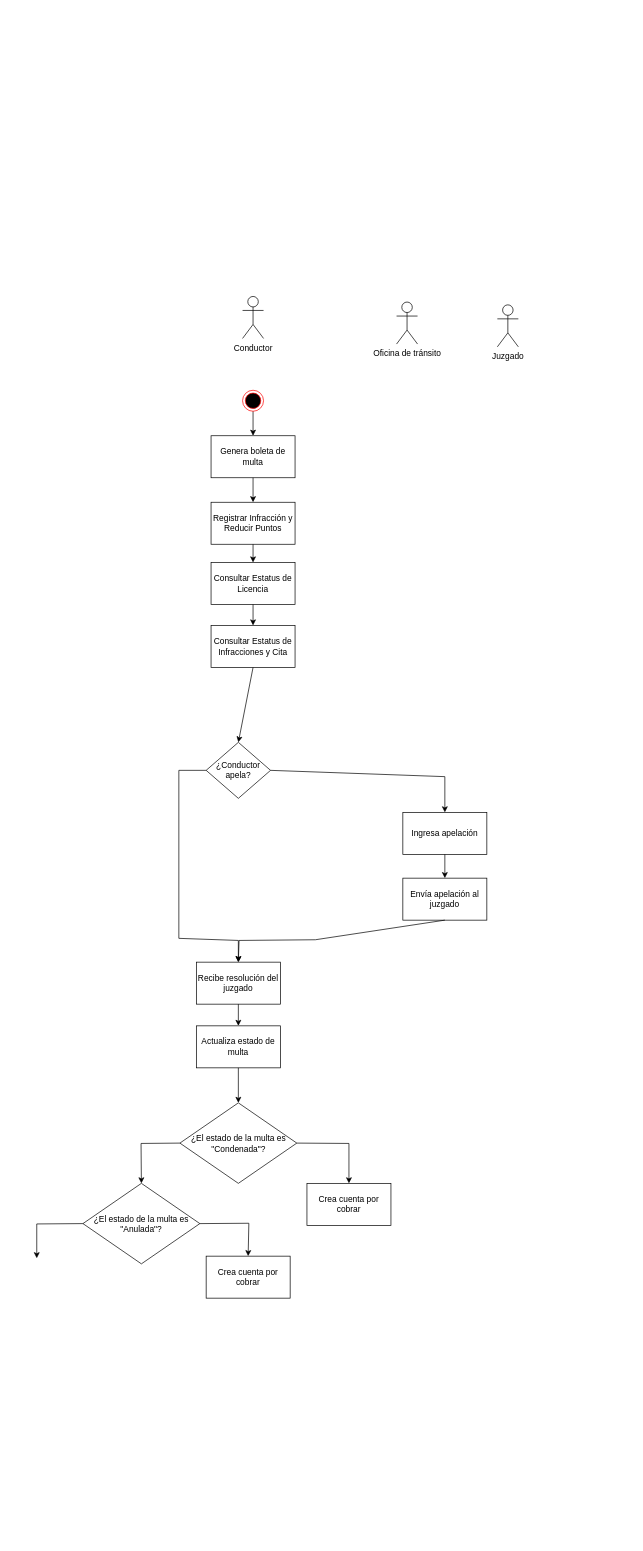
Earlier version of the draw.io diagram Examen1/Examen1.drawio (Edu-Ram/Requerimientos). Source tidied: cells renumbered, new cells numbered last; positions are measured from the earlier drawing's top-left corner, leaving out a move shared by most shapes. Both pictures are drawn from the tidied source at 70%, with x=0, y=0 at pixel (36, 296).
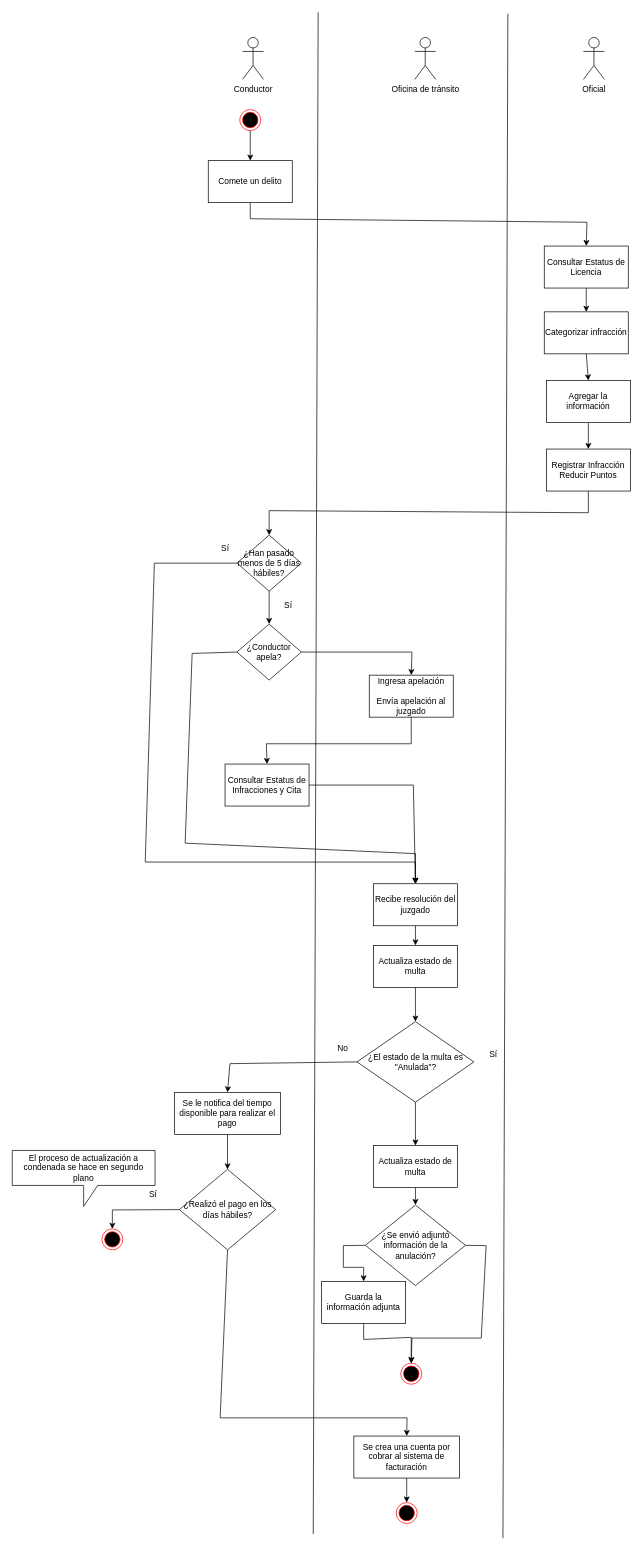
After the change.

The edit, as a diff of the source:
```diff
@@
-    <mxCell id="2" value="Genera boleta de multa" style="rounded=0;whiteSpace=wrap;html=1;" parent="1" vertex="1">
-      <mxGeometry x="249" y="199" width="120" height="60" as="geometry" />
-    </mxCell>
-    <mxCell id="3" style="endArrow=classic;html=1;rounded=0;entryX=0.5;entryY=0;entryDx=0;entryDy=0;exitX=0.5;exitY=1;exitDx=0;exitDy=0;" parent="1" edge="1" source="23" target="2">
+    <mxCell id="3" style="endArrow=classic;html=1;rounded=0;exitX=0.5;exitY=1;exitDx=0;exitDy=0;entryX=0.5;entryY=0;entryDx=0;entryDy=0;" parent="1" edge="1" source="23" target="38">
       <mxGeometry relative="1" as="geometry" />
     </mxCell>
     <mxCell id="4" value="¿Conductor apela?" style="rhombus;whiteSpace=wrap;html=1;" parent="1" vertex="1">
-      <mxGeometry x="242" y="637" width="92" height="80" as="geometry" />
+      <mxGeometry x="286" y="468" width="92" height="80" as="geometry" />
     </mxCell>
-    <mxCell id="5" value="Ingresa apelación" style="rounded=0;whiteSpace=wrap;html=1;" parent="1" vertex="1">
-      <mxGeometry x="523" y="737" width="120" height="60" as="geometry" />
-    </mxCell>
-    <mxCell id="6" value="Envía apelación al juzgado" style="rounded=0;whiteSpace=wrap;html=1;" parent="1" vertex="1">
-      <mxGeometry x="523" y="831" width="120" height="60" as="geometry" />
+    <mxCell id="6" value="&lt;div&gt;Ingresa apelación&lt;/div&gt;&lt;div&gt;&lt;br&gt;&lt;/div&gt;Envía apelación al juzgado" style="rounded=0;whiteSpace=wrap;html=1;" parent="1" vertex="1">
+      <mxGeometry x="475" y="541" width="120" height="60" as="geometry" />
     </mxCell>
-    <mxCell id="7" style="endArrow=classic;html=1;rounded=0;exitX=1;exitY=0.5;exitDx=0;exitDy=0;entryX=0.5;entryY=0;entryDx=0;entryDy=0;" parent="1" edge="1" source="4" target="5">
+    <mxCell id="7" style="endArrow=classic;html=1;rounded=0;exitX=1;exitY=0.5;exitDx=0;exitDy=0;entryX=0.5;entryY=0;entryDx=0;entryDy=0;" parent="1" edge="1" source="4" target="6">
       <mxGeometry relative="1" as="geometry">
         <Array as="points">
-          <mxPoint x="583" y="686" />
+          <mxPoint x="536" y="508" />
         </Array>
       </mxGeometry>
     </mxCell>
-    <mxCell id="8" style="endArrow=classic;html=1;rounded=0;exitX=0.5;exitY=1;exitDx=0;exitDy=0;entryX=0.5;entryY=0;entryDx=0;entryDy=0;" parent="1" edge="1" source="5" target="6">
-      <mxGeometry relative="1" as="geometry" />
-    </mxCell>
     <mxCell id="9" value="Recibe resolución del juzgado" style="rounded=0;whiteSpace=wrap;html=1;" parent="1" vertex="1">
-      <mxGeometry x="228" y="951" width="120" height="60" as="geometry" />
+      <mxGeometry x="481" y="839" width="120" height="60" as="geometry" />
     </mxCell>
     <mxCell id="10" value="Actualiza estado de multa" style="rounded=0;whiteSpace=wrap;html=1;" parent="1" vertex="1">
-      <mxGeometry x="228" y="1042" width="120" height="60" as="geometry" />
+      <mxGeometry x="481" y="927" width="120" height="60" as="geometry" />
     </mxCell>
-    <mxCell id="11" value="Crea cuenta por cobrar" style="rounded=0;whiteSpace=wrap;html=1;" parent="1" vertex="1">
-      <mxGeometry x="386" y="1267" width="120" height="60" as="geometry" />
-    </mxCell>
     <mxCell id="12" style="endArrow=classic;html=1;rounded=0;exitX=0;exitY=0.5;exitDx=0;exitDy=0;entryX=0.5;entryY=0;entryDx=0;entryDy=0;" parent="1" edge="1" source="4" target="9">
       <mxGeometry relative="1" as="geometry">
         <Array as="points">
-          <mxPoint x="203" y="677" />
-          <mxPoint x="203" y="917" />
-          <mxPoint x="288" y="920" />
+          <mxPoint x="222" y="510" />
+          <mxPoint x="212" y="781" />
+          <mxPoint x="541" y="796" />
         </Array>
       </mxGeometry>
     </mxCell>
-    <mxCell id="13" style="endArrow=classic;html=1;rounded=0;exitX=0.5;exitY=1;exitDx=0;exitDy=0;entryX=0.5;entryY=0;entryDx=0;entryDy=0;" parent="1" edge="1" source="6" target="9">
+    <mxCell id="13" style="endArrow=classic;html=1;rounded=0;exitX=0.5;exitY=1;exitDx=0;exitDy=0;entryX=0.5;entryY=0;entryDx=0;entryDy=0;" parent="1" edge="1" source="6" target="22">
       <mxGeometry relative="1" as="geometry">
         <Array as="points">
-          <mxPoint x="398" y="919" />
-          <mxPoint x="289" y="920" />
+          <mxPoint x="535" y="639" />
+          <mxPoint x="328" y="639" />
         </Array>
       </mxGeometry>
     </mxCell>
@@
-    <mxCell id="15" value="¿El estado de la multa es &quot;Condenada&quot;?" style="rhombus;whiteSpace=wrap;html=1;" parent="1" vertex="1">
-      <mxGeometry x="204.5" y="1152" width="167" height="115" as="geometry" />
-    </mxCell>
-    <mxCell id="16" style="endArrow=classic;html=1;rounded=0;exitX=0.5;exitY=1;exitDx=0;exitDy=0;entryX=0.5;entryY=0;entryDx=0;entryDy=0;" parent="1" edge="1" source="10" target="15">
+    <mxCell id="16" style="endArrow=classic;html=1;rounded=0;exitX=0.5;exitY=1;exitDx=0;exitDy=0;entryX=0.5;entryY=0;entryDx=0;entryDy=0;" parent="1" edge="1" source="10" target="29">
       <mxGeometry relative="1" as="geometry" />
     </mxCell>
-    <mxCell id="17" style="endArrow=classic;html=1;rounded=0;exitX=1;exitY=0.5;exitDx=0;exitDy=0;entryX=0.5;entryY=0;entryDx=0;entryDy=0;" parent="1" edge="1" source="15" target="11">
+    <mxCell id="17" style="endArrow=classic;html=1;rounded=0;exitX=0;exitY=0.5;exitDx=0;exitDy=0;entryX=0.5;entryY=0;entryDx=0;entryDy=0;" parent="1" edge="1" source="29" target="43">
       <mxGeometry relative="1" as="geometry">
         <Array as="points">
-          <mxPoint x="446" y="1210" />
+          <mxPoint x="276" y="1096" />
         </Array>
       </mxGeometry>
     </mxCell>
     <mxCell id="18" value="Conductor" style="shape=umlActor;verticalLabelPosition=bottom;verticalAlign=top;html=1;" parent="1" vertex="1">
-      <mxGeometry x="294" width="30" height="60" as="geometry" />
+      <mxGeometry x="294" y="-370" width="30" height="60" as="geometry" />
     </mxCell>
     <mxCell id="19" value="Oficina de tránsito" style="shape=umlActor;verticalLabelPosition=bottom;verticalAlign=top;html=1;" parent="1" vertex="1">
-      <mxGeometry x="514" y="8" width="30" height="60" as="geometry" />
+      <mxGeometry x="540" y="-370" width="30" height="60" as="geometry" />
     </mxCell>
-    <mxCell id="20" value="Registrar Infracción y Reducir Puntos" style="rounded=0;whiteSpace=wrap;html=1;" parent="1" vertex="1">
-      <mxGeometry x="249" y="294" width="120" height="60" as="geometry" />
-    </mxCell>
-    <mxCell id="21" value="Consultar Estatus de Licencia" style="rounded=0;whiteSpace=wrap;html=1;" parent="1" vertex="1">
-      <mxGeometry x="249" y="380" width="120" height="60" as="geometry" />
-    </mxCell>
-    <mxCell id="22" value="Consultar Estatus de Infracciones y Cita" style="rounded=0;whiteSpace=wrap;html=1;" parent="1" vertex="1">
-      <mxGeometry x="249" y="470" width="120" height="60" as="geometry" />
-    </mxCell>
     <mxCell id="23" style="ellipse;html=1;shape=endState;fillColor=#000000;strokeColor=#ff0000;" parent="1" vertex="1">
-      <mxGeometry x="294" y="134" width="30" height="30" as="geometry" />
+      <mxGeometry x="290" y="-267" width="30" height="30" as="geometry" />
     </mxCell>
-    <mxCell id="24" style="endArrow=classic;html=1;rounded=0;entryX=0.5;entryY=0;entryDx=0;entryDy=0;exitX=0.5;exitY=1;exitDx=0;exitDy=0;" parent="1" edge="1" source="2" target="20">
+    <mxCell id="24" style="endArrow=classic;html=1;rounded=0;entryX=0.5;entryY=0;entryDx=0;entryDy=0;exitX=0.5;exitY=1;exitDx=0;exitDy=0;" parent="1" edge="1" source="21" target="37">
       <mxGeometry relative="1" as="geometry" />
     </mxCell>
-    <mxCell id="25" style="endArrow=classic;html=1;rounded=0;entryX=0.5;entryY=0;entryDx=0;entryDy=0;exitX=0.5;exitY=1;exitDx=0;exitDy=0;" parent="1" edge="1" source="20" target="21">
+    <mxCell id="25" style="endArrow=classic;html=1;rounded=0;entryX=0.5;entryY=0;entryDx=0;entryDy=0;exitX=0.5;exitY=1;exitDx=0;exitDy=0;" parent="1" edge="1" source="40" target="36">
       <mxGeometry relative="1" as="geometry" />
     </mxCell>
-    <mxCell id="26" style="endArrow=classic;html=1;rounded=0;entryX=0.5;entryY=0;entryDx=0;entryDy=0;exitX=0.5;exitY=1;exitDx=0;exitDy=0;" parent="1" edge="1" source="21" target="22">
-      <mxGeometry relative="1" as="geometry" />
+    <mxCell id="26" style="endArrow=classic;html=1;rounded=0;entryX=0.5;entryY=0;entryDx=0;entryDy=0;exitX=0.5;exitY=1;exitDx=0;exitDy=0;" parent="1" edge="1" source="36" target="48">
+      <mxGeometry relative="1" as="geometry">
+        <Array as="points">
+          <mxPoint x="788" y="309" />
+          <mxPoint x="332" y="306" />
+        </Array>
+      </mxGeometry>
     </mxCell>
-    <mxCell id="27" style="endArrow=classic;html=1;rounded=0;entryX=0.5;entryY=0;entryDx=0;entryDy=0;exitX=0.5;exitY=1;exitDx=0;exitDy=0;" parent="1" edge="1" source="22" target="4">
-      <mxGeometry relative="1" as="geometry" />
-    </mxCell>
-    <mxCell id="28" style="endArrow=classic;html=1;rounded=0;exitX=0;exitY=0.5;exitDx=0;exitDy=0;entryX=0.5;entryY=0;entryDx=0;entryDy=0;" parent="1" edge="1" source="15" target="29">
-      <mxGeometry relative="1" as="geometry">
-        <Array as="points">
-          <mxPoint x="149" y="1210" />
-        </Array>
-      </mxGeometry>
+    <mxCell id="28" style="endArrow=classic;html=1;rounded=0;exitX=0.5;exitY=1;exitDx=0;exitDy=0;entryX=0.5;entryY=0;entryDx=0;entryDy=0;" parent="1" edge="1" source="29" target="54">
+      <mxGeometry relative="1" as="geometry" />
     </mxCell>
+    <mxCell id="33" value="Oficial" style="shape=umlActor;verticalLabelPosition=bottom;verticalAlign=top;html=1;" parent="1" vertex="1">
+      <mxGeometry x="781" y="-370" width="30" height="60" as="geometry" />
+    </mxCell>
+    <mxCell id="34" style="endArrow=none;html=1;rounded=0;" parent="1" edge="1">
+      <mxGeometry relative="1" as="geometry">
+        <mxPoint x="395" y="1768" as="sourcePoint" />
+        <mxPoint x="402" y="-406" as="targetPoint" />
+      </mxGeometry>
+    </mxCell>
+    <mxCell id="35" style="endArrow=none;html=1;rounded=0;" parent="1" edge="1">
+      <mxGeometry relative="1" as="geometry">
+        <mxPoint x="666" y="1774" as="sourcePoint" />
+        <mxPoint x="673" y="-404" as="targetPoint" />
+      </mxGeometry>
+    </mxCell>
+    <mxCell id="36" value="Registrar Infracción&lt;div&gt;&lt;span style=&quot;background-color: initial;&quot;&gt;Reducir Puntos&lt;/span&gt;&lt;/div&gt;" style="rounded=0;whiteSpace=wrap;html=1;align=center;" parent="1" vertex="1">
+      <mxGeometry x="728" y="218" width="120" height="60" as="geometry" />
+    </mxCell>
+    <mxCell id="21" value="Consultar Estatus de Licencia" style="rounded=0;whiteSpace=wrap;html=1;" parent="1" vertex="1">
+      <mxGeometry x="725" y="-72" width="120" height="60" as="geometry" />
+    </mxCell>
+    <mxCell id="37" value="Categorizar infracción" style="rounded=0;whiteSpace=wrap;html=1;" parent="1" vertex="1">
+      <mxGeometry x="725" y="22" width="120" height="60" as="geometry" />
+    </mxCell>
+    <mxCell id="38" value="Comete un delito" style="rounded=0;whiteSpace=wrap;html=1;" parent="1" vertex="1">
+      <mxGeometry x="245" y="-194" width="120" height="60" as="geometry" />
+    </mxCell>
+    <mxCell id="39" style="endArrow=classic;html=1;rounded=0;entryX=0.5;entryY=0;entryDx=0;entryDy=0;exitX=0.5;exitY=1;exitDx=0;exitDy=0;" parent="1" edge="1" source="38" target="21">
+      <mxGeometry relative="1" as="geometry">
+        <Array as="points">
+          <mxPoint x="305" y="-111" />
+          <mxPoint x="786" y="-106" />
+        </Array>
+      </mxGeometry>
+    </mxCell>
+    <mxCell id="40" value="Agregar la información" style="rounded=0;whiteSpace=wrap;html=1;" parent="1" vertex="1">
+      <mxGeometry x="728" y="120" width="120" height="60" as="geometry" />
+    </mxCell>
+    <mxCell id="41" style="endArrow=classic;html=1;rounded=0;exitX=0.5;exitY=1;exitDx=0;exitDy=0;entryX=0.5;entryY=0;entryDx=0;entryDy=0;" parent="1" edge="1" source="37" target="40">
+      <mxGeometry relative="1" as="geometry" />
+    </mxCell>
+    <mxCell id="42" value="Sí" style="text;html=1;align=center;verticalAlign=middle;strokeColor=none;fillColor=none;" parent="1" vertex="1">
+      <mxGeometry x="637" y="1070" width="29" height="26" as="geometry" />
+    </mxCell>
+    <mxCell id="43" value="Se le notifica del tiempo disponible para realizar el pago" style="rounded=0;whiteSpace=wrap;html=1;" parent="1" vertex="1">
+      <mxGeometry x="197" y="1137" width="151" height="60" as="geometry" />
+    </mxCell>
     <mxCell id="29" value="¿El estado de la multa es &quot;Anulada&quot;?" style="rhombus;whiteSpace=wrap;html=1;" parent="1" vertex="1">
-      <mxGeometry x="66" y="1267" width="167" height="115" as="geometry" />
+      <mxGeometry x="457.5" y="1036" width="167" height="115" as="geometry" />
     </mxCell>
-    <mxCell id="30" value="Crea cuenta por cobrar" style="rounded=0;whiteSpace=wrap;html=1;" parent="1" vertex="1">
-      <mxGeometry x="242" y="1371" width="120" height="60" as="geometry" />
-    </mxCell>
-    <mxCell id="31" style="endArrow=classic;html=1;rounded=0;exitX=1;exitY=0.5;exitDx=0;exitDy=0;entryX=0.5;entryY=0;entryDx=0;entryDy=0;" parent="1" edge="1" source="29" target="30">
-      <mxGeometry relative="1" as="geometry">
-        <Array as="points">
-          <mxPoint x="303" y="1324" />
-        </Array>
-      </mxGeometry>
-    </mxCell>
-    <mxCell id="32" style="endArrow=classic;html=1;rounded=0;exitX=0;exitY=0.5;exitDx=0;exitDy=0;" parent="1" edge="1" source="29">
-      <mxGeometry relative="1" as="geometry">
-        <mxPoint y="1374" as="targetPoint" />
-        <Array as="points">
-          <mxPoint y="1325" />
-        </Array>
-      </mxGeometry>
-    </mxCell>
-    <mxCell id="33" value="Juzgado" style="shape=umlActor;verticalLabelPosition=bottom;verticalAlign=top;html=1;" parent="1" vertex="1">
-      <mxGeometry x="658" y="12" width="30" height="60" as="geometry" />
-    </mxCell>
+    <mxCell id="44" value="No" style="text;html=1;align=center;verticalAlign=middle;strokeColor=none;fillColor=none;" parent="1" vertex="1">
+      <mxGeometry x="420" y="1062" width="33" height="26" as="geometry" />
+    </mxCell>
+    <mxCell id="45" value="¿Realizó el pago en los días hábiles?" style="rhombus;whiteSpace=wrap;html=1;" parent="1" vertex="1">
+      <mxGeometry x="203.8" y="1247" width="137.5" height="115" as="geometry" />
+    </mxCell>
+    <mxCell id="22" value="Consultar Estatus de Infracciones y Cita" style="rounded=0;whiteSpace=wrap;html=1;" parent="1" vertex="1">
+      <mxGeometry x="269" y="668" width="120" height="60" as="geometry" />
+    </mxCell>
+    <mxCell id="46" style="endArrow=classic;html=1;rounded=0;exitX=1;exitY=0.5;exitDx=0;exitDy=0;entryX=0.5;entryY=0;entryDx=0;entryDy=0;" parent="1" edge="1" source="22" target="9">
+      <mxGeometry relative="1" as="geometry">
+        <Array as="points">
+          <mxPoint x="538" y="698" />
+        </Array>
+      </mxGeometry>
+    </mxCell>
+    <mxCell id="47" style="endArrow=classic;html=1;rounded=0;exitX=0.5;exitY=1;exitDx=0;exitDy=0;entryX=0.5;entryY=0;entryDx=0;entryDy=0;" parent="1" edge="1" source="43" target="45">
+      <mxGeometry relative="1" as="geometry" />
+    </mxCell>
+    <mxCell id="48" value="¿Han pasado menos de 5 días hábiles?" style="rhombus;whiteSpace=wrap;html=1;" parent="1" vertex="1">
+      <mxGeometry x="286" y="341" width="92" height="80" as="geometry" />
+    </mxCell>
+    <mxCell id="49" style="endArrow=classic;html=1;rounded=0;exitX=0.5;exitY=1;exitDx=0;exitDy=0;entryX=0.5;entryY=0;entryDx=0;entryDy=0;" parent="1" edge="1" source="48" target="4">
+      <mxGeometry relative="1" as="geometry">
+        <Array as="points">
+          <mxPoint x="332" y="446" />
+        </Array>
+      </mxGeometry>
+    </mxCell>
+    <mxCell id="50" value="Sí" style="text;html=1;align=center;verticalAlign=middle;strokeColor=none;fillColor=none;" parent="1" vertex="1">
+      <mxGeometry x="344" y="428" width="29" height="26" as="geometry" />
+    </mxCell>
+    <mxCell id="51" style="endArrow=classic;html=1;rounded=0;exitX=0;exitY=0.5;exitDx=0;exitDy=0;entryX=0.5;entryY=0;entryDx=0;entryDy=0;" parent="1" edge="1" source="48" target="9">
+      <mxGeometry relative="1" as="geometry">
+        <Array as="points">
+          <mxPoint x="168" y="381" />
+          <mxPoint x="155" y="808" />
+          <mxPoint x="541" y="808" />
+        </Array>
+      </mxGeometry>
+    </mxCell>
+    <mxCell id="52" value="Sí" style="text;html=1;align=center;verticalAlign=middle;strokeColor=none;fillColor=none;" parent="1" vertex="1">
+      <mxGeometry x="254" y="347" width="29" height="26" as="geometry" />
+    </mxCell>
+    <mxCell id="53" style="ellipse;html=1;shape=endState;fillColor=#000000;strokeColor=#ff0000;" parent="1" vertex="1">
+      <mxGeometry x="520" y="1524" width="30" height="30" as="geometry" />
+    </mxCell>
+    <mxCell id="54" value="Actualiza estado de multa" style="rounded=0;whiteSpace=wrap;html=1;" parent="1" vertex="1">
+      <mxGeometry x="481" y="1213" width="120" height="60" as="geometry" />
+    </mxCell>
+    <mxCell id="55" value="¿Se envió adjuntó información de la anulación?" style="rhombus;whiteSpace=wrap;html=1;" parent="1" vertex="1">
+      <mxGeometry x="469.5" y="1298" width="143" height="115" as="geometry" />
+    </mxCell>
+    <mxCell id="56" style="endArrow=classic;html=1;rounded=0;exitX=0.5;exitY=1;exitDx=0;exitDy=0;entryX=0.5;entryY=0;entryDx=0;entryDy=0;" parent="1" edge="1" source="54" target="55">
+      <mxGeometry relative="1" as="geometry" />
+    </mxCell>
+    <mxCell id="57" style="endArrow=classic;html=1;rounded=0;exitX=0;exitY=0.5;exitDx=0;exitDy=0;entryX=0.5;entryY=0;entryDx=0;entryDy=0;" parent="1" edge="1" source="55" target="58">
+      <mxGeometry relative="1" as="geometry">
+        <Array as="points">
+          <mxPoint x="438" y="1356" />
+          <mxPoint x="438" y="1387" />
+          <mxPoint x="467" y="1387" />
+        </Array>
+      </mxGeometry>
+    </mxCell>
+    <mxCell id="58" value="Guarda la información adjunta" style="rounded=0;whiteSpace=wrap;html=1;" parent="1" vertex="1">
+      <mxGeometry x="407" y="1407" width="120" height="60" as="geometry" />
+    </mxCell>
+    <mxCell id="59" style="endArrow=classic;html=1;rounded=0;exitX=1;exitY=0.5;exitDx=0;exitDy=0;entryX=0.5;entryY=0;entryDx=0;entryDy=0;" parent="1" edge="1" source="55" target="53">
+      <mxGeometry relative="1" as="geometry">
+        <Array as="points">
+          <mxPoint x="642" y="1356" />
+          <mxPoint x="635" y="1488" />
+          <mxPoint x="536" y="1488" />
+        </Array>
+      </mxGeometry>
+    </mxCell>
+    <mxCell id="60" style="endArrow=classic;html=1;rounded=0;exitX=0.5;exitY=1;exitDx=0;exitDy=0;entryX=0.5;entryY=0;entryDx=0;entryDy=0;" parent="1" edge="1" source="58" target="53">
+      <mxGeometry relative="1" as="geometry">
+        <Array as="points">
+          <mxPoint x="467" y="1490" />
+          <mxPoint x="535" y="1487" />
+        </Array>
+      </mxGeometry>
+    </mxCell>
+    <mxCell id="61" style="endArrow=classic;html=1;rounded=0;exitX=0;exitY=0.5;exitDx=0;exitDy=0;entryX=0.5;entryY=0;entryDx=0;entryDy=0;" parent="1" edge="1" source="45" target="66">
+      <mxGeometry relative="1" as="geometry">
+        <Array as="points">
+          <mxPoint x="108" y="1305" />
+        </Array>
+      </mxGeometry>
+    </mxCell>
+    <mxCell id="62" value="El proceso de actualización a condenada se hace en segundo plano" style="shape=callout;whiteSpace=wrap;html=1;perimeter=calloutPerimeter;base=20;" parent="1" vertex="1">
+      <mxGeometry x="-35" y="1220" width="204" height="80" as="geometry" />
+    </mxCell>
+    <mxCell id="63" value="Sí" style="text;html=1;align=center;verticalAlign=middle;strokeColor=none;fillColor=none;" parent="1" vertex="1">
+      <mxGeometry x="151" y="1270" width="29" height="26" as="geometry" />
+    </mxCell>
+    <mxCell id="64" value="Se crea una cuenta por cobrar al sistema de facturación" style="rounded=0;whiteSpace=wrap;html=1;" parent="1" vertex="1">
+      <mxGeometry x="453" y="1628" width="151" height="60" as="geometry" />
+    </mxCell>
+    <mxCell id="65" style="endArrow=classic;html=1;rounded=0;exitX=0.5;exitY=1;exitDx=0;exitDy=0;entryX=0.5;entryY=0;entryDx=0;entryDy=0;" parent="1" edge="1" source="45" target="64">
+      <mxGeometry relative="1" as="geometry">
+        <Array as="points">
+          <mxPoint x="262" y="1602" />
+          <mxPoint x="529" y="1602" />
+        </Array>
+      </mxGeometry>
+    </mxCell>
+    <mxCell id="66" style="ellipse;html=1;shape=endState;fillColor=#000000;strokeColor=#ff0000;" parent="1" vertex="1">
+      <mxGeometry x="93" y="1332" width="30" height="30" as="geometry" />
+    </mxCell>
+    <mxCell id="67" style="endArrow=classic;html=1;rounded=0;exitX=0.5;exitY=1;exitDx=0;exitDy=0;entryX=0.5;entryY=0;entryDx=0;entryDy=0;" parent="1" edge="1" source="64" target="68">
+      <mxGeometry relative="1" as="geometry" />
+    </mxCell>
+    <mxCell id="68" style="ellipse;html=1;shape=endState;fillColor=#000000;strokeColor=#ff0000;" parent="1" vertex="1">
+      <mxGeometry x="513.5" y="1723" width="30" height="30" as="geometry" />
+    </mxCell>
```
